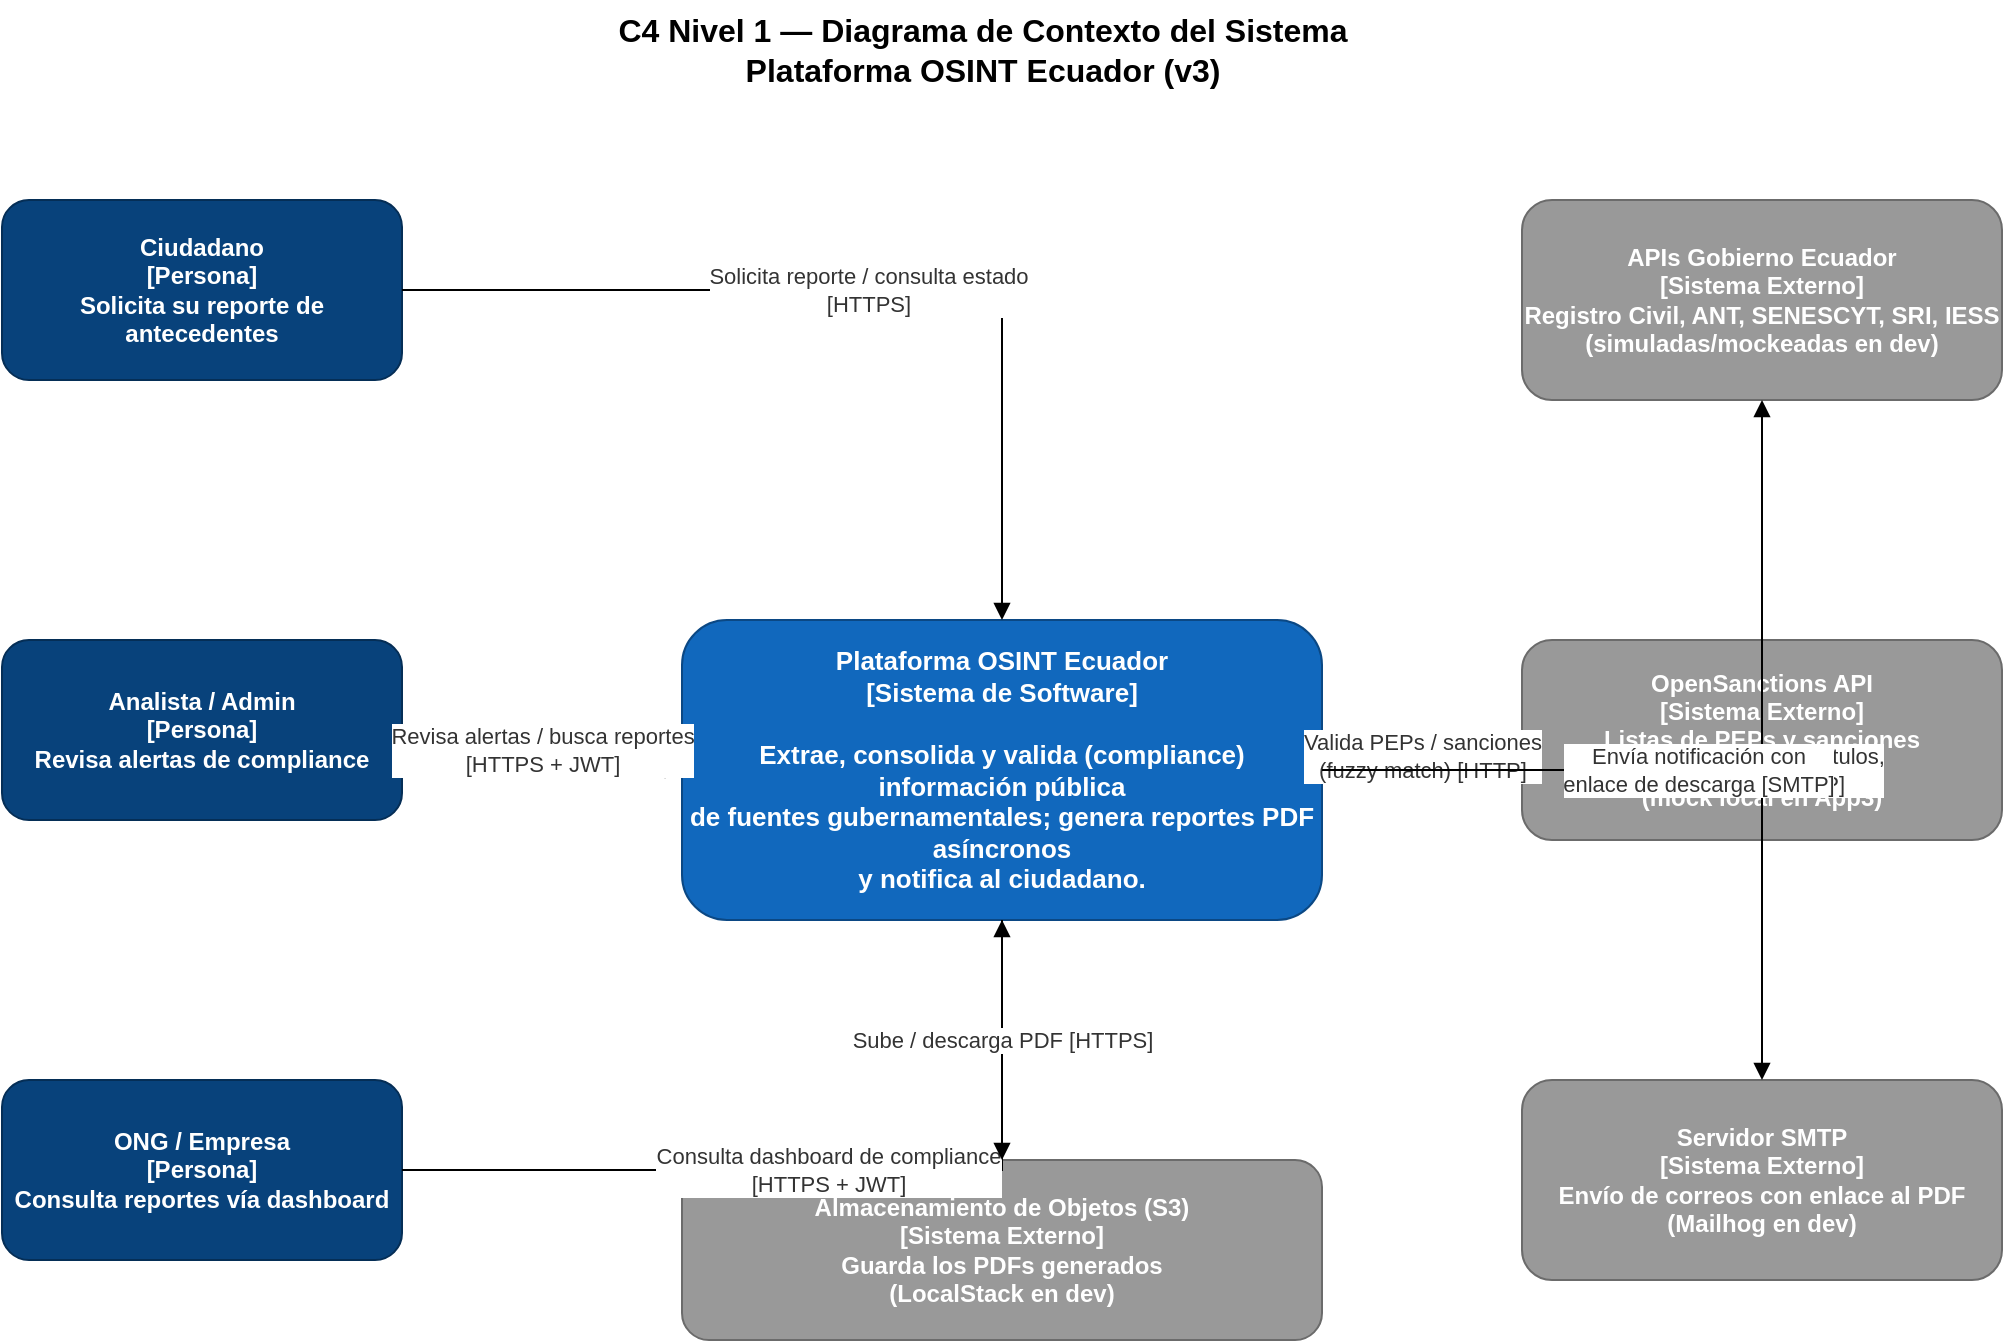
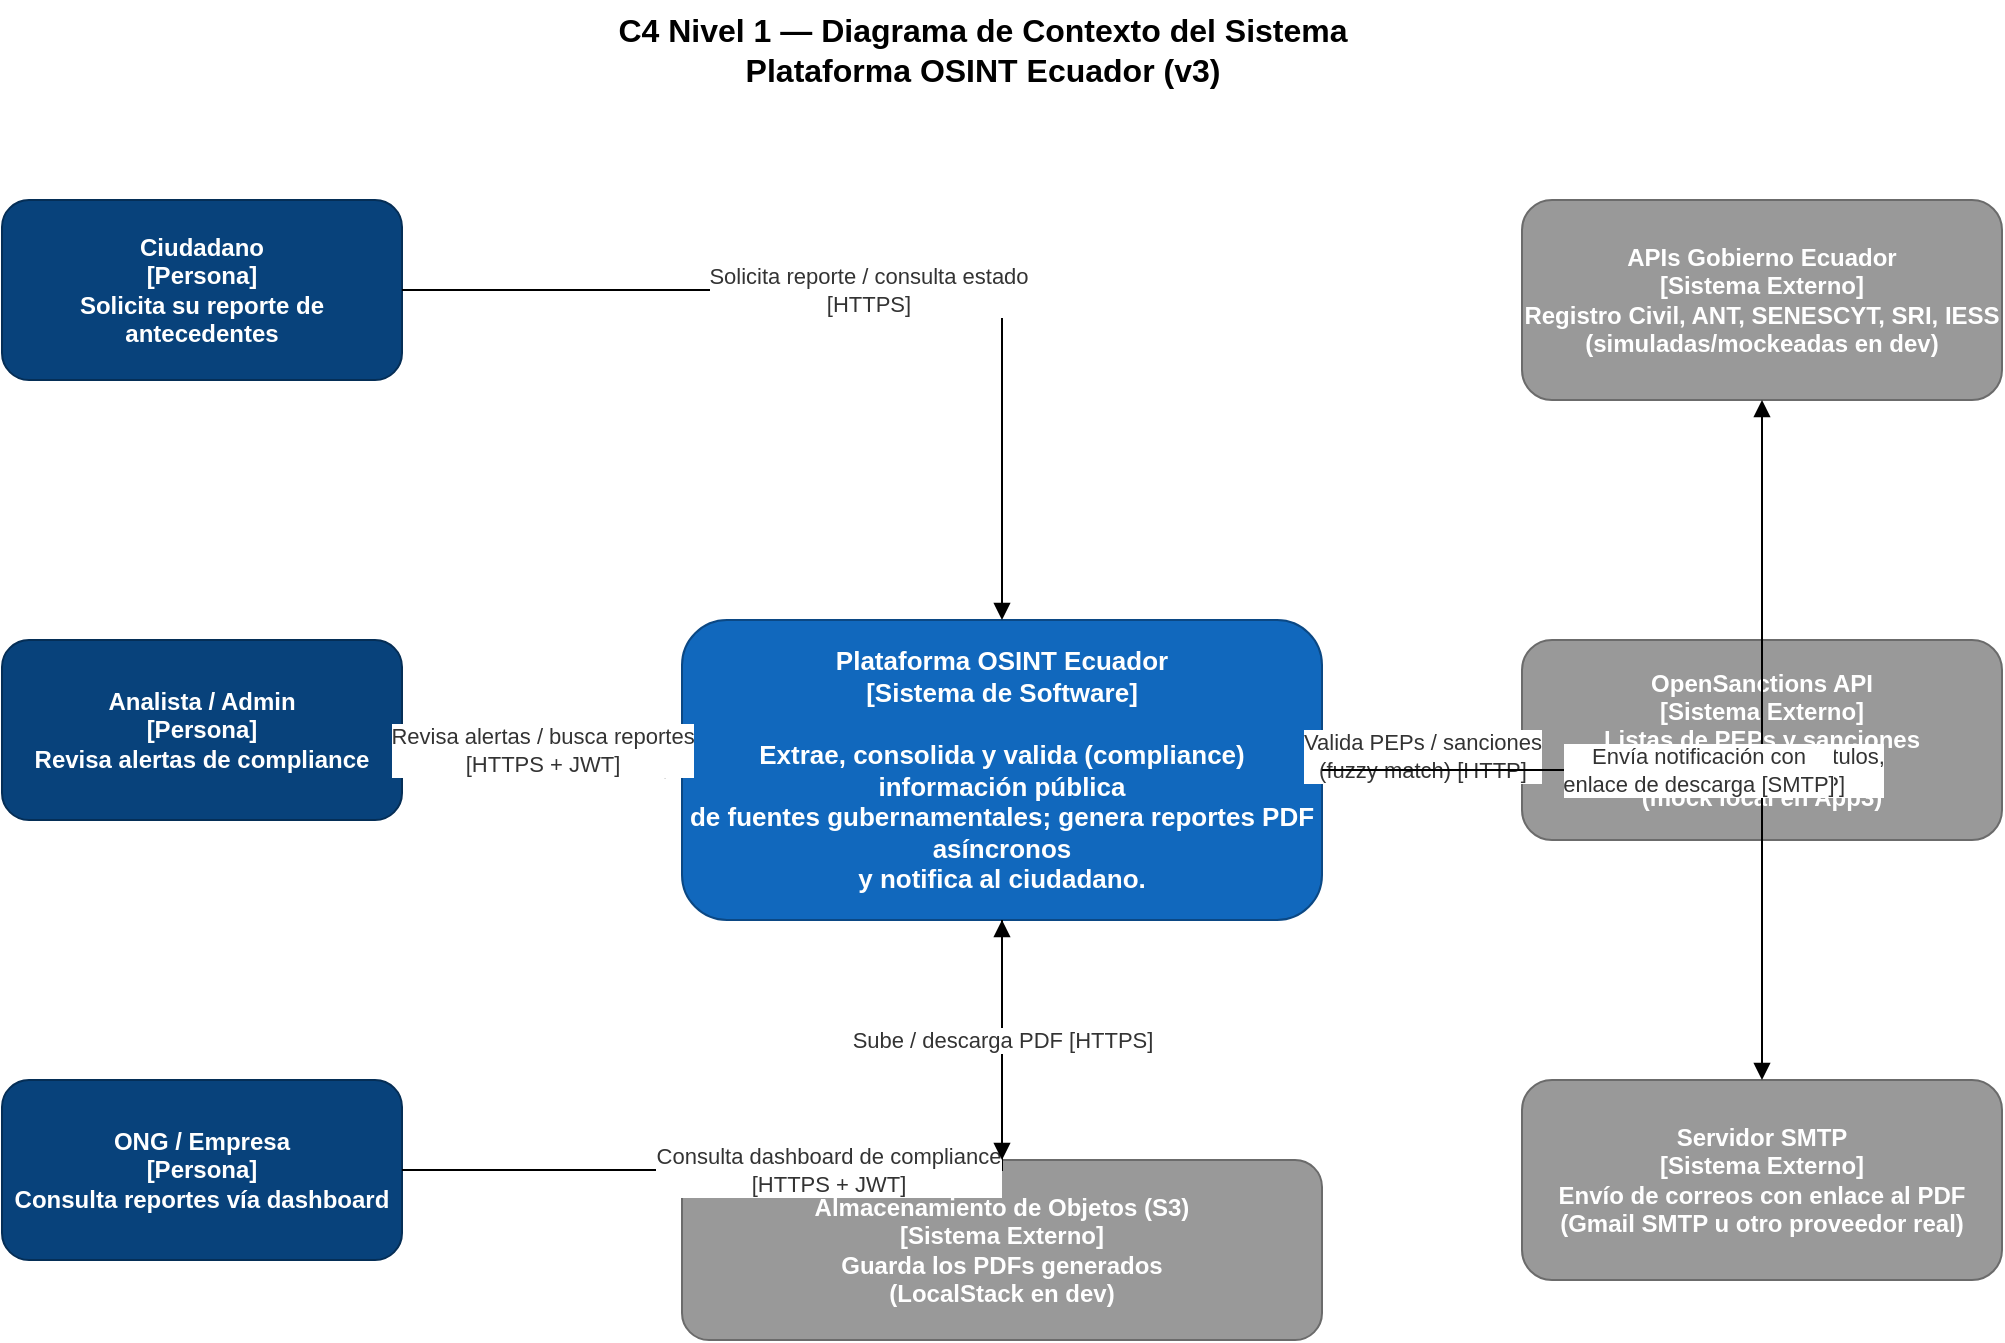
<mxfile host="app.diagrams.net">
  <diagram name="C4 - Nivel 1 Contexto - Plataforma OSINT Ecuador" id="c4-contexto">
    <mxGraphModel dx="900" dy="700" grid="1" gridSize="10" guides="1" tooltips="1" connect="1" arrows="1" fold="1" page="1" pageScale="1" pageWidth="1100" pageHeight="850" math="0" shadow="0">
      <root>
        <mxCell id="0" />
        <mxCell id="1" parent="0" />

        <!-- Título -->
        <mxCell id="titulo" value="C4 Nivel 1 — Diagrama de Contexto del Sistema&#10;Plataforma OSINT Ecuador (v3)" style="text;html=1;align=center;verticalAlign=middle;fontStyle=1;fontSize=16;" vertex="1" parent="1">
          <mxGeometry x="300" y="20" width="500" height="50" as="geometry" />
        </mxCell>

        <!-- Actores -->
        <mxCell id="act-ciudadano" value="Ciudadano&#10;[Persona]&#10;Solicita su reporte de antecedentes" style="rounded=1;whiteSpace=wrap;html=1;fillColor=#08427b;strokeColor=#052E56;fontColor=#ffffff;fontSize=12;fontStyle=1;" vertex="1" parent="1">
          <mxGeometry x="60" y="120" width="200" height="90" as="geometry" />
        </mxCell>

        <mxCell id="act-analista" value="Analista / Admin&#10;[Persona]&#10;Revisa alertas de compliance" style="rounded=1;whiteSpace=wrap;html=1;fillColor=#08427b;strokeColor=#052E56;fontColor=#ffffff;fontSize=12;fontStyle=1;" vertex="1" parent="1">
          <mxGeometry x="60" y="340" width="200" height="90" as="geometry" />
        </mxCell>

        <mxCell id="act-ong" value="ONG / Empresa&#10;[Persona]&#10;Consulta reportes vía dashboard" style="rounded=1;whiteSpace=wrap;html=1;fillColor=#08427b;strokeColor=#052E56;fontColor=#ffffff;fontSize=12;fontStyle=1;" vertex="1" parent="1">
          <mxGeometry x="60" y="560" width="200" height="90" as="geometry" />
        </mxCell>

        <!-- Sistema central -->
        <mxCell id="sistema" value="Plataforma OSINT Ecuador&#10;[Sistema de Software]&#10;&#10;Extrae, consolida y valida (compliance) información pública&#10;de fuentes gubernamentales; genera reportes PDF asíncronos&#10;y notifica al ciudadano." style="rounded=1;whiteSpace=wrap;html=1;fillColor=#1168bd;strokeColor=#0b4884;fontColor=#ffffff;fontSize=13;fontStyle=1;" vertex="1" parent="1">
          <mxGeometry x="400" y="330" width="320" height="150" as="geometry" />
        </mxCell>

        <!-- Sistemas externos -->
        <mxCell id="ext-gob" value="APIs Gobierno Ecuador&#10;[Sistema Externo]&#10;Registro Civil, ANT, SENESCYT, SRI, IESS&#10;(simuladas/mockeadas en dev)" style="rounded=1;whiteSpace=wrap;html=1;fillColor=#999999;strokeColor=#6b6b6b;fontColor=#ffffff;fontSize=12;fontStyle=1;" vertex="1" parent="1">
          <mxGeometry x="820" y="120" width="240" height="100" as="geometry" />
        </mxCell>

        <mxCell id="ext-opensanctions" value="OpenSanctions API&#10;[Sistema Externo]&#10;Listas de PEPs y sanciones internacionales&#10;(mock local en App3)" style="rounded=1;whiteSpace=wrap;html=1;fillColor=#999999;strokeColor=#6b6b6b;fontColor=#ffffff;fontSize=12;fontStyle=1;" vertex="1" parent="1">
          <mxGeometry x="820" y="340" width="240" height="100" as="geometry" />
        </mxCell>

-         <mxCell id="ext-mail" value="Servidor SMTP&#10;[Sistema Externo]&#10;Envío de correos con enlace al PDF&#10;(Mailhog en dev)" style="rounded=1;whiteSpace=wrap;html=1;fillColor=#999999;strokeColor=#6b6b6b;fontColor=#ffffff;fontSize=12;fontStyle=1;" vertex="1" parent="1">
+         <mxCell id="ext-mail" value="Servidor SMTP&#10;[Sistema Externo]&#10;Envío de correos con enlace al PDF&#10;(Gmail SMTP u otro proveedor real)" style="rounded=1;whiteSpace=wrap;html=1;fillColor=#999999;strokeColor=#6b6b6b;fontColor=#ffffff;fontSize=12;fontStyle=1;" vertex="1" parent="1">
          <mxGeometry x="820" y="560" width="240" height="100" as="geometry" />
        </mxCell>

        <mxCell id="ext-s3" value="Almacenamiento de Objetos (S3)&#10;[Sistema Externo]&#10;Guarda los PDFs generados&#10;(LocalStack en dev)" style="rounded=1;whiteSpace=wrap;html=1;fillColor=#999999;strokeColor=#6b6b6b;fontColor=#ffffff;fontSize=12;fontStyle=1;" vertex="1" parent="1">
          <mxGeometry x="400" y="600" width="320" height="90" as="geometry" />
        </mxCell>

        <!-- Relaciones -->
        <mxCell id="e1" value="Solicita reporte / consulta estado&#10;[HTTPS]" style="edgeStyle=orthogonalEdgeStyle;rounded=0;html=1;endArrow=block;fontSize=11;fontColor=#333333;" edge="1" parent="1" source="act-ciudadano" target="sistema">
          <mxGeometry relative="1" as="geometry" />
        </mxCell>

        <mxCell id="e2" value="Revisa alertas / busca reportes&#10;[HTTPS + JWT]" style="edgeStyle=orthogonalEdgeStyle;rounded=0;html=1;endArrow=block;fontSize=11;fontColor=#333333;" edge="1" parent="1" source="act-analista" target="sistema">
          <mxGeometry relative="1" as="geometry" />
        </mxCell>

        <mxCell id="e3" value="Consulta dashboard de compliance&#10;[HTTPS + JWT]" style="edgeStyle=orthogonalEdgeStyle;rounded=0;html=1;endArrow=block;fontSize=11;fontColor=#333333;" edge="1" parent="1" source="act-ong" target="sistema">
          <mxGeometry relative="1" as="geometry" />
        </mxCell>

        <mxCell id="e4" value="Consulta cédula, multas, títulos,&#10;RUC y afiliación [HTTP]" style="edgeStyle=orthogonalEdgeStyle;rounded=0;html=1;endArrow=block;fontSize=11;fontColor=#333333;" edge="1" parent="1" source="sistema" target="ext-gob">
          <mxGeometry relative="1" as="geometry" />
        </mxCell>

        <mxCell id="e5" value="Valida PEPs / sanciones&#10;(fuzzy match) [HTTP]" style="edgeStyle=orthogonalEdgeStyle;rounded=0;html=1;endArrow=block;fontSize=11;fontColor=#333333;" edge="1" parent="1" source="sistema" target="ext-opensanctions">
          <mxGeometry relative="1" as="geometry" />
        </mxCell>

        <mxCell id="e6" value="Envía notificación con&#10;enlace de descarga [SMTP]" style="edgeStyle=orthogonalEdgeStyle;rounded=0;html=1;endArrow=block;fontSize=11;fontColor=#333333;" edge="1" parent="1" source="sistema" target="ext-mail">
          <mxGeometry relative="1" as="geometry" />
        </mxCell>

        <mxCell id="e7" value="Sube / descarga PDF [HTTPS]" style="edgeStyle=orthogonalEdgeStyle;rounded=0;html=1;endArrow=block;fontSize=11;fontColor=#333333;" edge="1" parent="1" source="sistema" target="ext-s3">
          <mxGeometry relative="1" as="geometry" />
        </mxCell>

      </root>
    </mxGraphModel>
  </diagram>
</mxfile>
